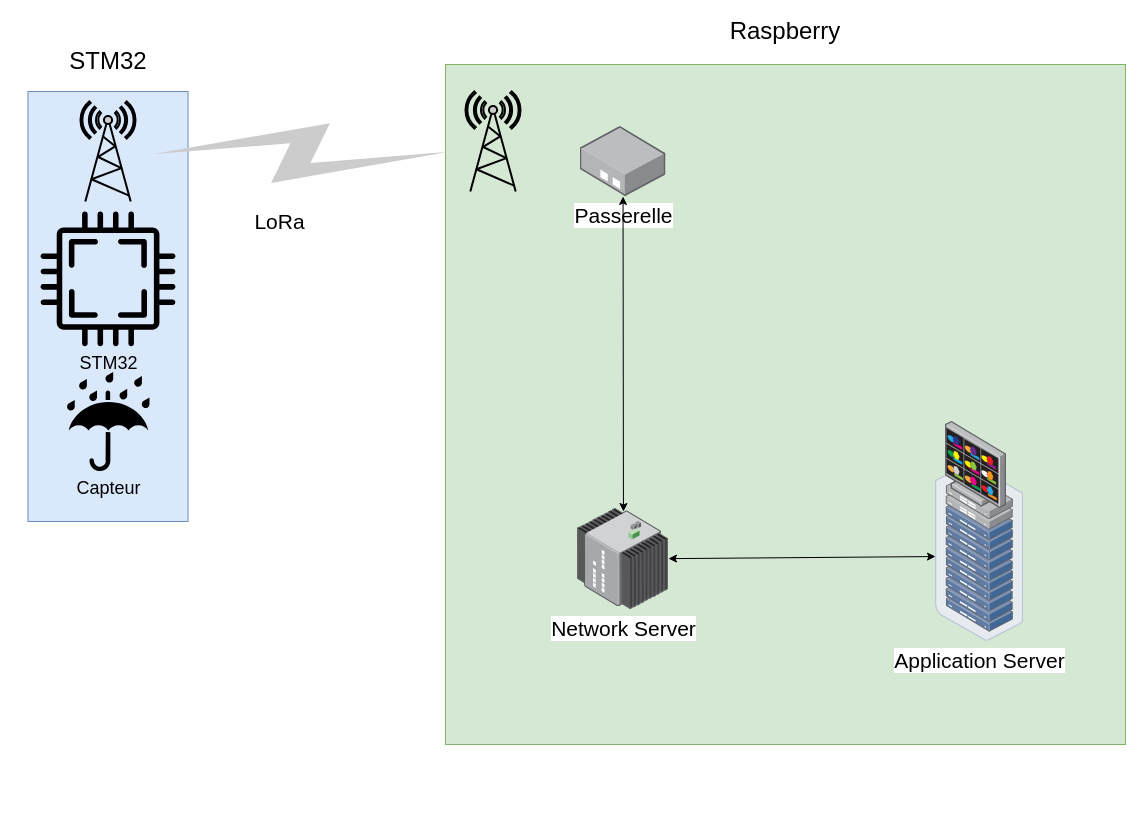
ptanguy/LoRaWAN_securise keeps this draw.io diagram as Docs/Schema_techniques/Schema_Technique_des_Services.drawio. Above is the earlier version. Source tidied: cells renumbered, new cells numbered last; positions are measured from the earlier drawing's top-left corner, leaving out a move shared by most shapes. Both pictures are drawn from the tidied source at 100%, with x=0, y=0 at pixel (27, 21).
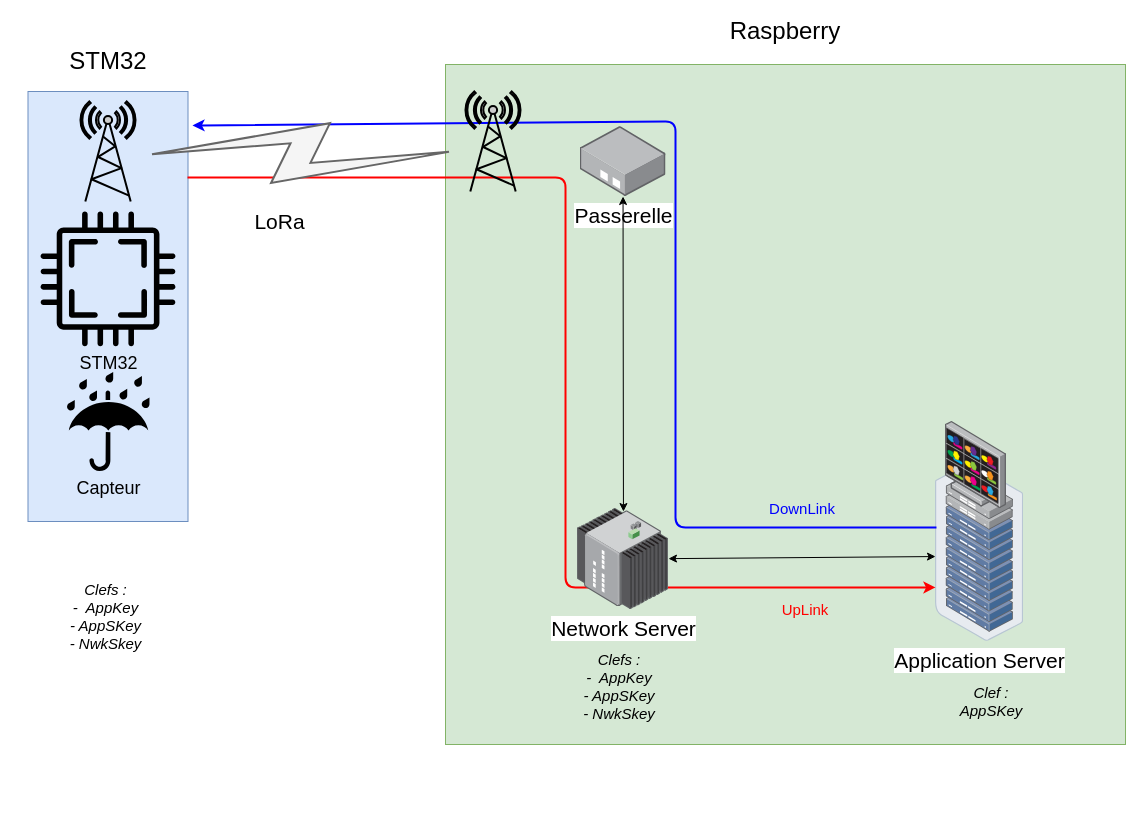
After the change.

Commit message:
Mise à jour du schéma technique des service avec l'ajout de la position des différentes clés dans le réseau

The change refers to these unchanged cells:
```xml
<mxCell id="2" style="rounded=0;whiteSpace=wrap;html=1;strokeColor=#6c8ebf;fillColor=#dae8fc;" parent="1" vertex="1">
  <mxGeometry x="0.5" y="70" width="160" height="430" as="geometry" />
</mxCell>
<mxCell id="4" value="&lt;font style=&quot;font-size: 21px&quot;&gt;Application Server&lt;br&gt;&lt;/font&gt;" style="points=[];html=1;align=center;shadow=0;dashed=0;image;image=img/lib/allied_telesis/storage/Datacenter_Server_Rack_ToR.svg;" parent="1" vertex="1">
  <mxGeometry x="908" y="441" width="88.2" height="178.8" as="geometry" />
</mxCell>
<mxCell id="10" style="fontColor=#0066CC;verticalAlign=top;verticalLabelPosition=bottom;labelPosition=center;align=center;html=1;outlineConnect=0;fillColor=#CCCCCC;strokeColor=#000000;gradientColor=none;gradientDirection=north;strokeWidth=2;shape=mxgraph.networks.radio_tower;" parent="1" vertex="1">
  <mxGeometry x="53" y="80" width="55" height="100" as="geometry" />
</mxCell>
```

What changed in the source:
```diff
@@
-    <mxCell id="7" value="&lt;font style=&quot;font-size: 21px&quot;&gt;Network Server&lt;br&gt;&lt;/font&gt;" style="points=[];html=1;align=center;shadow=0;dashed=0;image;image=img/lib/allied_telesis/switch/Industrial_Ethernet_IE300.svg;" parent="1" vertex="1">
-      <mxGeometry x="550" y="487" width="91" height="101" as="geometry" />
-    </mxCell>
@@
-    <mxCell id="11" style="fontColor=#0066CC;verticalAlign=top;verticalLabelPosition=bottom;labelPosition=center;align=center;html=1;outlineConnect=0;fillColor=#CCCCCC;strokeColor=#000000;gradientColor=none;gradientDirection=north;strokeWidth=2;shape=mxgraph.networks.radio_tower;" parent="1" vertex="1">
-      <mxGeometry x="438" y="70" width="55" height="100" as="geometry" />
-    </mxCell>
-    <mxCell id="12" value="&lt;font style=&quot;font-size: 21px&quot;&gt;LoRa&lt;/font&gt;" style="html=1;outlineConnect=0;fillColor=#CCCCCC;strokeColor=none;gradientColor=none;gradientDirection=north;strokeWidth=2;shape=mxgraph.networks.comm_link_edge;html=1;" parent="1" edge="1" source="10" target="11">
-      <mxGeometry x="-0.11" y="-51" relative="1" as="geometry">
-        <Array as="points">
-          <mxPoint x="358" y="160" />
-        </Array>
-      </mxGeometry>
-    </mxCell>
@@
+    <mxCell id="17" style="endArrow=classic;startArrow=classic;html=1;strokeColor=#FFFFFF;" parent="1" edge="1">
+      <mxGeometry relative="1" as="geometry">
+        <mxPoint x="-2" y="770" as="sourcePoint" />
+        <mxPoint x="648" y="770" as="targetPoint" />
+      </mxGeometry>
+    </mxCell>
+    <mxCell id="18" style="endArrow=classic;html=1;strokeColor=#0000FF;exitX=0.011;exitY=0.364;exitDx=0;exitDy=0;exitPerimeter=0;entryX=1.028;entryY=0.079;entryDx=0;entryDy=0;entryPerimeter=0;strokeWidth=2;" parent="1" edge="1" source="4" target="2">
+      <mxGeometry relative="1" as="geometry">
+        <Array as="points">
+          <mxPoint x="648" y="506" />
+          <mxPoint x="648" y="100" />
+        </Array>
+      </mxGeometry>
+    </mxCell>
+    <mxCell id="19" value="&lt;font style=&quot;font-size: 15px&quot; color=&quot;#0000FF&quot;&gt;DownLink&lt;/font&gt;" style="text;html=1;strokeColor=none;fillColor=none;align=center;verticalAlign=middle;whiteSpace=wrap;rounded=0;" parent="1" vertex="1">
+      <mxGeometry x="755" y="477" width="40" height="20" as="geometry" />
+    </mxCell>
+    <mxCell id="20" style="endArrow=classic;html=1;strokeColor=#FF0000;exitX=0.997;exitY=0.2;exitDx=0;exitDy=0;exitPerimeter=0;entryX=0;entryY=0.699;entryDx=0;entryDy=0;entryPerimeter=0;strokeWidth=2;" parent="1" edge="1" source="2" target="4">
+      <mxGeometry relative="1" as="geometry">
+        <Array as="points">
+          <mxPoint x="538" y="156" />
+          <mxPoint x="538" y="566" />
+        </Array>
+      </mxGeometry>
+    </mxCell>
+    <mxCell id="21" value="&lt;font style=&quot;font-size: 15px&quot; color=&quot;#FF0000&quot;&gt;UpLink&lt;/font&gt;" style="text;html=1;strokeColor=none;fillColor=none;align=center;verticalAlign=middle;whiteSpace=wrap;rounded=0;" parent="1" vertex="1">
+      <mxGeometry x="758" y="578" width="40" height="20" as="geometry" />
+    </mxCell>
+    <mxCell id="7" value="&lt;font style=&quot;font-size: 21px&quot;&gt;Network Server&lt;br&gt;&lt;/font&gt;" style="points=[];html=1;align=center;shadow=0;dashed=0;image;image=img/lib/allied_telesis/switch/Industrial_Ethernet_IE300.svg;" parent="1" vertex="1">
+      <mxGeometry x="550" y="487" width="91" height="101" as="geometry" />
+    </mxCell>
+    <mxCell id="11" style="fontColor=#0066CC;verticalAlign=top;verticalLabelPosition=bottom;labelPosition=center;align=center;html=1;outlineConnect=0;fillColor=#CCCCCC;strokeColor=#000000;gradientColor=none;gradientDirection=north;strokeWidth=2;shape=mxgraph.networks.radio_tower;" parent="1" vertex="1">
+      <mxGeometry x="438" y="70" width="55" height="100" as="geometry" />
+    </mxCell>
+    <mxCell id="12" value="&lt;font style=&quot;font-size: 21px&quot;&gt;LoRa&lt;/font&gt;" style="html=1;outlineConnect=0;gradientDirection=north;strokeWidth=2;shape=mxgraph.networks.comm_link_edge;html=1;fillColor=#f5f5f5;strokeColor=#666666;" parent="1" edge="1" source="10" target="11">
+      <mxGeometry x="-0.11" y="-51" relative="1" as="geometry">
+        <Array as="points">
+          <mxPoint x="358" y="160" />
+        </Array>
+      </mxGeometry>
+    </mxCell>
+    <mxCell id="22" value="&lt;div style=&quot;font-size: 15px&quot;&gt;&lt;font style=&quot;font-size: 15px&quot;&gt;&lt;i&gt;Clefs : &lt;br&gt;&lt;/i&gt;&lt;/font&gt;&lt;/div&gt;&lt;div style=&quot;font-size: 15px&quot;&gt;&lt;font style=&quot;font-size: 15px&quot;&gt;&lt;i&gt;-&amp;nbsp; AppKey&lt;/i&gt;&lt;/font&gt;&lt;/div&gt;&lt;div style=&quot;font-size: 15px&quot;&gt;&lt;font style=&quot;font-size: 15px&quot;&gt;&lt;i&gt;- AppSKey&lt;br&gt;&lt;/i&gt;&lt;/font&gt;&lt;/div&gt;&lt;div style=&quot;font-size: 15px&quot;&gt;&lt;font style=&quot;font-size: 15px&quot;&gt;&lt;i&gt;- NwkSkey&lt;br&gt;&lt;/i&gt;&lt;/font&gt;&lt;/div&gt;" style="text;html=1;strokeColor=none;fillColor=none;align=center;verticalAlign=middle;whiteSpace=wrap;rounded=0;" parent="1" vertex="1">
+      <mxGeometry x="19" y="530" width="119" height="130" as="geometry" />
+    </mxCell>
+    <mxCell id="23" value="&lt;div style=&quot;font-size: 15px&quot;&gt;&lt;font style=&quot;font-size: 15px&quot;&gt;&lt;i&gt;Clefs : &lt;br&gt;&lt;/i&gt;&lt;/font&gt;&lt;/div&gt;&lt;div style=&quot;font-size: 15px&quot;&gt;&lt;font style=&quot;font-size: 15px&quot;&gt;&lt;i&gt;-&amp;nbsp; AppKey&lt;/i&gt;&lt;/font&gt;&lt;/div&gt;&lt;div style=&quot;font-size: 15px&quot;&gt;&lt;font style=&quot;font-size: 15px&quot;&gt;&lt;i&gt;- AppSKey&lt;br&gt;&lt;/i&gt;&lt;/font&gt;&lt;/div&gt;&lt;div style=&quot;font-size: 15px&quot;&gt;&lt;font style=&quot;font-size: 15px&quot;&gt;&lt;i&gt;- NwkSkey&lt;br&gt;&lt;/i&gt;&lt;/font&gt;&lt;/div&gt;" style="text;html=1;strokeColor=none;fillColor=none;align=center;verticalAlign=middle;whiteSpace=wrap;rounded=0;" parent="1" vertex="1">
+      <mxGeometry x="536" y="620" width="112" height="90" as="geometry" />
+    </mxCell>
+    <mxCell id="24" value="&lt;div style=&quot;font-size: 15px&quot;&gt;&lt;font style=&quot;font-size: 15px&quot;&gt;&lt;i&gt;Clef : &lt;br&gt;&lt;/i&gt;&lt;/font&gt;&lt;/div&gt;&lt;div style=&quot;font-size: 15px&quot;&gt;&lt;font style=&quot;font-size: 15px&quot;&gt;&lt;i&gt;AppSKey&lt;br&gt;&lt;/i&gt;&lt;/font&gt;&lt;/div&gt;" style="text;html=1;strokeColor=none;fillColor=none;align=center;verticalAlign=middle;whiteSpace=wrap;rounded=0;" parent="1" vertex="1">
+      <mxGeometry x="908" y="650" width="112" height="60" as="geometry" />
+    </mxCell>
```
